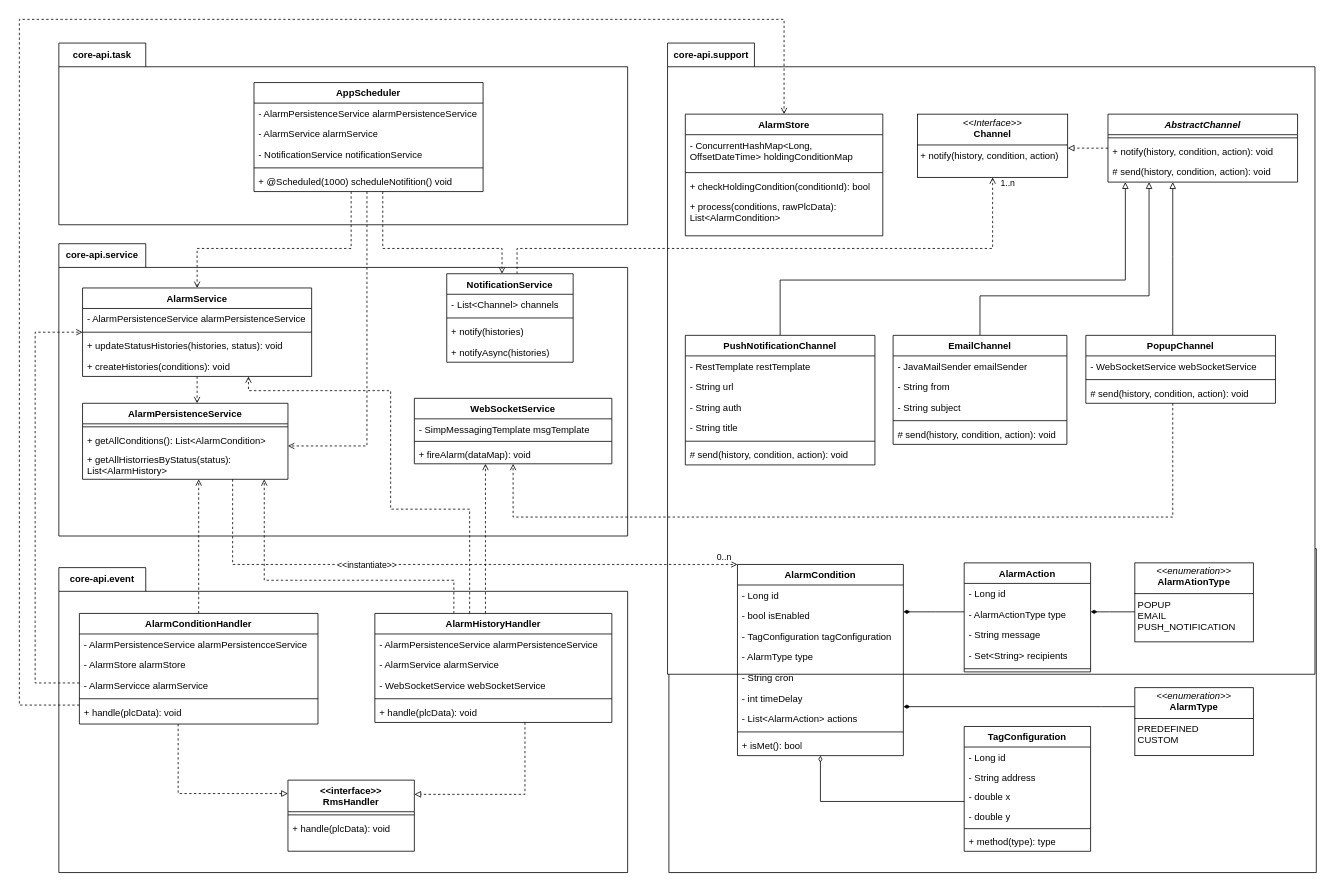
f-pms/Document keeps this draw.io diagram as Report7/SDD/Detailed-Design/Alarm/class-T4-14.drawio. Above is the earlier version. Source tidied: cells renumbered, new cells numbered last; positions are measured from the earlier drawing's top-left corner, leaving out a move shared by most shapes. Both pictures are drawn from the tidied source at 79%, with x=0, y=0 at pixel (19, 19).
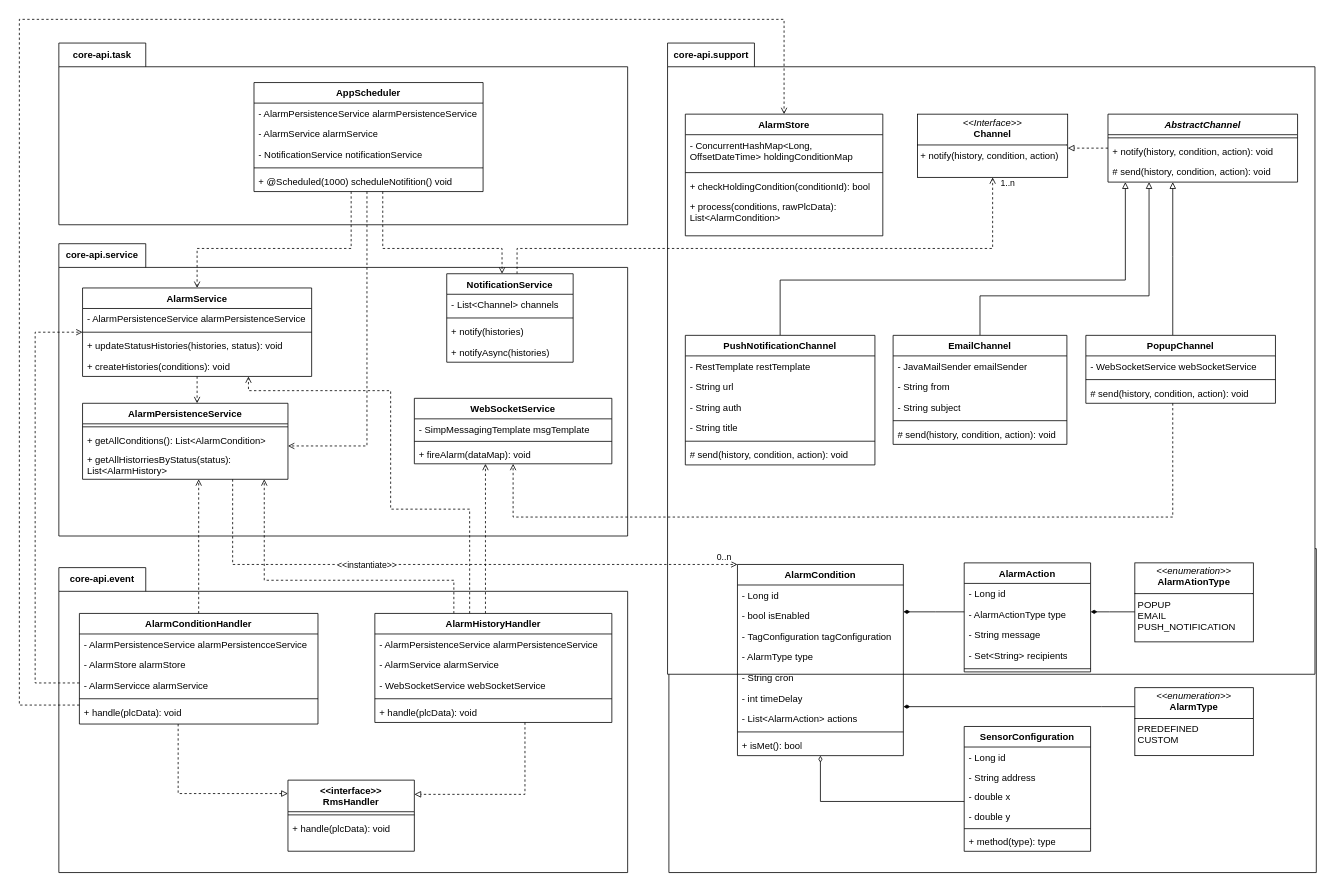
After the change.

Commit message (it also covers changes not shown here):
update class diagrams

The change refers to these unchanged cells:
```xml
<mxCell id="2" value="core-model" style="shape=folder;fontStyle=1;tabWidth=110;tabHeight=30;tabPosition=left;html=1;boundedLbl=1;labelInHeader=1;whiteSpace=wrap;" parent="1" vertex="1">
  <mxGeometry x="822.2" y="640" width="819.5" height="440" as="geometry" />
</mxCell>
```

Change to the diagram source:
```diff
@@
-    <mxCell id="5" value="TagConfiguration" style="swimlane;fontStyle=1;align=center;verticalAlign=top;horizontal=1;startSize=26;whiteSpace=wrap;html=1;" parent="2" vertex="1">
+    <mxCell id="5" value="SensorConfiguration" style="swimlane;fontStyle=1;align=center;verticalAlign=top;horizontal=1;startSize=26;whiteSpace=wrap;html=1;" parent="2" vertex="1">
       <mxGeometry x="373.8" y="255.1" width="160" height="158" as="geometry" />
     </mxCell>
```
